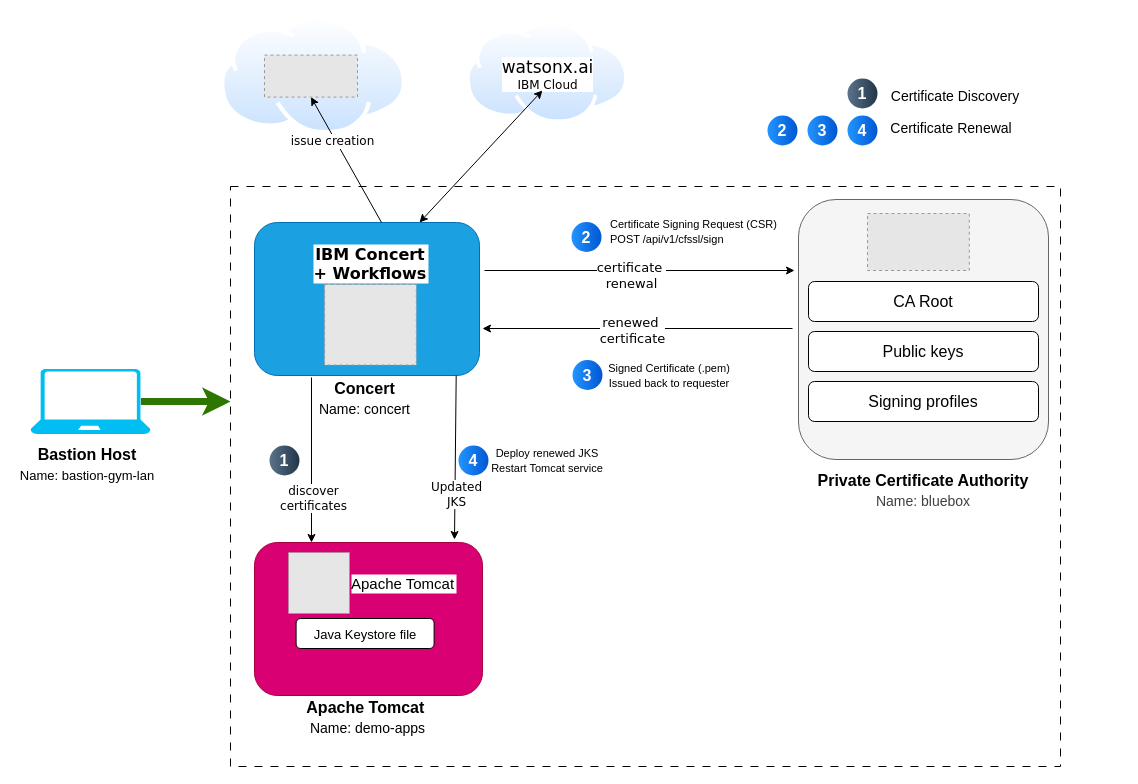
Before: labs/concert/op-certificate-mgmt/2-lab-environment/images/cfssl-tomcat-concert-lab.drawio in IBM/waiops-tech-jam, a draw.io diagram. Source tidied: cells renumbered, new cells numbered last; positions are measured from the earlier drawing's top-left corner, leaving out a move shared by most shapes. Both pictures are drawn from the tidied source at 100%, with x=0, y=0 at pixel (17, 17). Pictures stored in the file or linked from it are replaced by grey dashed boxes.
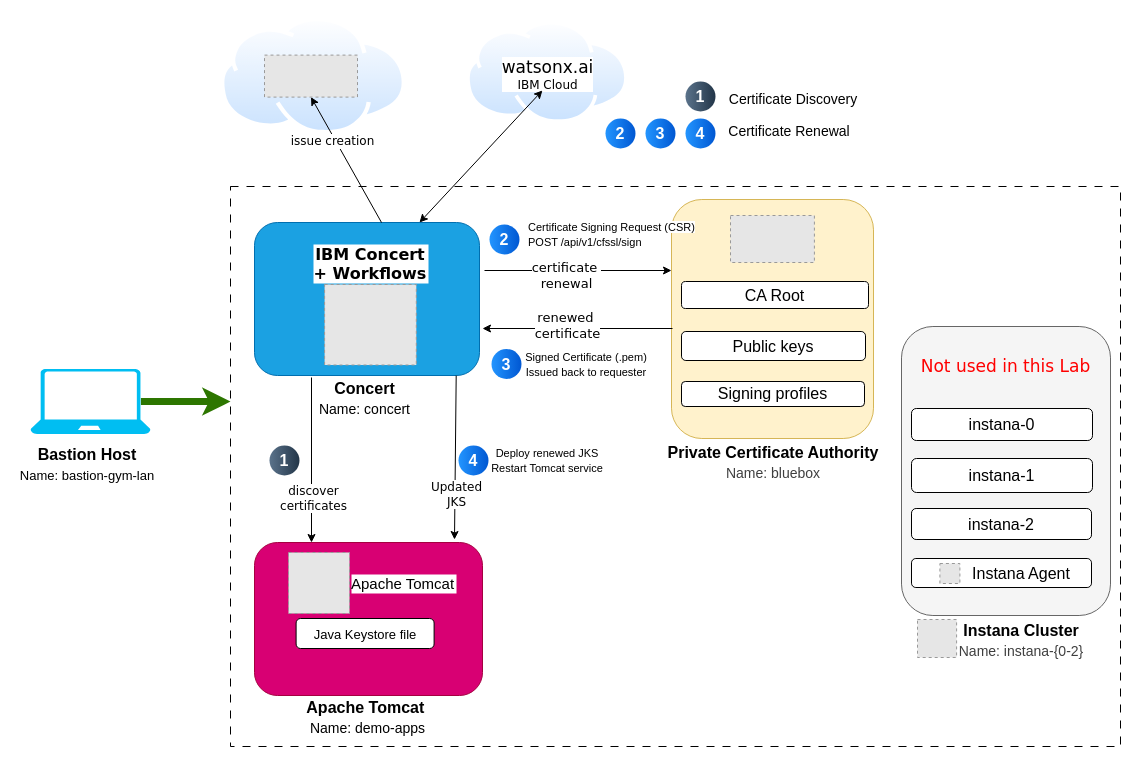
After the change.

Commit message (it also covers changes not shown here):
concert lab minor content changes

Change to the diagram source:
```diff
@@
     <mxCell id="2" style="rounded=0;whiteSpace=wrap;html=1;dashed=1;dashPattern=8 8;" parent="1" vertex="1">
-      <mxGeometry x="213" y="169" width="830" height="580" as="geometry" />
+      <mxGeometry x="213" y="169" width="890" height="560" as="geometry" />
     </mxCell>
@@
     <mxCell id="6" value="&lt;b&gt;Private Certificate Authority&lt;/b&gt;&lt;br&gt;&lt;div&gt;&lt;span style=&quot;color: rgb(63, 63, 63); font-size: 14px;&quot;&gt;Name: bluebox&lt;/span&gt;&lt;b&gt;&lt;br&gt;&lt;/b&gt;&lt;/div&gt;" style="text;html=1;strokeColor=none;fillColor=none;align=center;verticalAlign=middle;whiteSpace=wrap;rounded=0;fontSize=16;" parent="1" vertex="1">
-      <mxGeometry x="796" y="458" width="220" height="30" as="geometry" />
+      <mxGeometry x="646" y="430" width="220" height="30" as="geometry" />
     </mxCell>
@@
-    <mxCell id="9" style="rounded=1;whiteSpace=wrap;html=1;fontSize=16;fillColor=#f5f5f5;strokeColor=#666666;perimeterSpacing=1;fontColor=#333333;" parent="1" vertex="1">
-      <mxGeometry x="781" y="182" width="250" height="260" as="geometry" />
+    <mxCell id="9" style="rounded=1;whiteSpace=wrap;html=1;fontSize=16;fillColor=#fff2cc;strokeColor=#d6b656;perimeterSpacing=1;" parent="1" vertex="1">
+      <mxGeometry x="654" y="182" width="202" height="239" as="geometry" />
     </mxCell>
     <mxCell id="10" style="group;" parent="1" vertex="1">
-      <mxGeometry x="791" y="364" width="230" height="40" as="geometry" />
+      <mxGeometry x="664" y="364" width="183" height="25" as="geometry" />
     </mxCell>
     <mxCell id="11" style="rounded=1;whiteSpace=wrap;html=1;fontSize=16;" parent="10" vertex="1">
-      <mxGeometry width="230" height="40" as="geometry" />
+      <mxGeometry width="183" height="25" as="geometry" />
     </mxCell>
     <mxCell id="12" value="Signing profiles" style="text;html=1;strokeColor=none;fillColor=none;align=center;verticalAlign=middle;whiteSpace=wrap;rounded=0;fontSize=16;" parent="10" vertex="1">
-      <mxGeometry x="10" y="11.4" width="210" height="17.1" as="geometry" />
+      <mxGeometry x="8" y="7.1" width="167.1" height="10.7" as="geometry" />
     </mxCell>
     <mxCell id="13" style="group;" parent="1" vertex="1">
-      <mxGeometry x="791" y="314" width="230" height="40" as="geometry" />
+      <mxGeometry x="664" y="314" width="184" height="29" as="geometry" />
     </mxCell>
     <mxCell id="14" style="rounded=1;whiteSpace=wrap;html=1;fontSize=16;" parent="13" vertex="1">
-      <mxGeometry width="230" height="40" as="geometry" />
+      <mxGeometry width="184" height="29" as="geometry" />
     </mxCell>
     <mxCell id="15" value="Public keys" style="text;html=1;strokeColor=none;fillColor=none;align=center;verticalAlign=middle;whiteSpace=wrap;rounded=0;fontSize=16;" parent="13" vertex="1">
-      <mxGeometry x="10" y="11.4" width="210" height="17.1" as="geometry" />
+      <mxGeometry x="8" y="8.3" width="168" height="12.4" as="geometry" />
     </mxCell>
     <mxCell id="16" style="group;" parent="1" vertex="1">
-      <mxGeometry x="791" y="264" width="230" height="40" as="geometry" />
+      <mxGeometry x="664" y="264" width="187" height="27" as="geometry" />
     </mxCell>
     <mxCell id="17" style="rounded=1;whiteSpace=wrap;html=1;fontSize=16;" parent="16" vertex="1">
-      <mxGeometry width="230" height="40" as="geometry" />
+      <mxGeometry width="187" height="27" as="geometry" />
     </mxCell>
     <mxCell id="18" value="CA Root" style="text;html=1;strokeColor=none;fillColor=none;align=center;verticalAlign=middle;whiteSpace=wrap;rounded=0;fontSize=16;" parent="16" vertex="1">
-      <mxGeometry x="10" y="11.4" width="210" height="17.1" as="geometry" />
+      <mxGeometry x="8.1" y="7.7" width="170.7" height="11.6" as="geometry" />
     </mxCell>
@@
-    <mxCell id="28" style="endArrow=classic;html=1;rounded=0;exitX=-0.005;exitY=0.155;exitDx=0;exitDy=0;entryX=1;entryY=0.5;entryDx=0;entryDy=0;fontFamily=Verdana;exitPerimeter=0;" parent="1" edge="1">
+    <mxCell id="28" style="endArrow=classic;html=1;rounded=0;entryX=1;entryY=0.5;entryDx=0;entryDy=0;fontFamily=Verdana;" parent="1" edge="1">
       <mxGeometry relative="1" as="geometry">
-        <mxPoint x="775" y="311" as="sourcePoint" />
+        <mxPoint x="655" y="311" as="sourcePoint" />
         <mxPoint x="465" y="311" as="targetPoint" />
       </mxGeometry>
     </mxCell>
     <mxCell id="29" value="&lt;font style=&quot;font-size: 13px;&quot;&gt;renewed&amp;nbsp;&lt;/font&gt;&lt;div&gt;&lt;font style=&quot;font-size: 13px;&quot;&gt;certificate&lt;/font&gt;&lt;/div&gt;" style="edgeLabel;html=1;align=center;verticalAlign=middle;fontFamily=Verdana;" parent="28" vertex="1">
       <mxGeometry x="0.06" y="-1" relative="1" as="geometry">
-        <mxPoint x="3" y="2" as="offset" />
+        <mxPoint x="-5" y="-3" as="offset" />
       </mxGeometry>
     </mxCell>
@@
-    <mxCell id="36" style="endArrow=classic;html=1;rounded=0;exitX=-0.005;exitY=0.155;exitDx=0;exitDy=0;entryX=1;entryY=0.5;entryDx=0;entryDy=0;fontFamily=Verdana;exitPerimeter=0;" parent="1" edge="1">
+    <mxCell id="36" style="endArrow=classic;html=1;rounded=0;exitX=-0.005;exitY=0.155;exitDx=0;exitDy=0;fontFamily=Verdana;exitPerimeter=0;" parent="1" edge="1">
       <mxGeometry relative="1" as="geometry">
         <mxPoint x="467" y="253" as="sourcePoint" />
-        <mxPoint x="777" y="253" as="targetPoint" />
+        <mxPoint x="654" y="253" as="targetPoint" />
       </mxGeometry>
     </mxCell>
@@
     <mxCell id="38" value="1" style="ellipse;whiteSpace=wrap;html=1;rotation=0;gradientColor=#223548;strokeColor=none;gradientDirection=east;fillColor=#5b738b;rounded=0;fontFamily=Helvetica;fontSize=16;fontColor=#FFFFFF;spacingTop=4;spacingBottom=4;spacingLeft=4;spacingRight=4;fontStyle=1;" parent="1" vertex="1">
-      <mxGeometry x="830" y="61" width="30" height="30" as="geometry" />
+      <mxGeometry x="668" y="64" width="30" height="30" as="geometry" />
     </mxCell>
     <mxCell id="39" value="&lt;font style=&quot;font-size: 14px;&quot;&gt;Certificate Discovery&lt;/font&gt;" style="text;html=1;whiteSpace=wrap;strokeColor=none;fillColor=none;align=center;verticalAlign=middle;rounded=0;" parent="1" vertex="1">
-      <mxGeometry x="858" y="64" width="160" height="30" as="geometry" />
+      <mxGeometry x="696" y="67" width="160" height="30" as="geometry" />
     </mxCell>
     <mxCell id="40" value="2" style="ellipse;whiteSpace=wrap;html=1;rotation=0;gradientColor=#0057D2;strokeColor=none;gradientDirection=east;fillColor=#2395FF;rounded=0;fontFamily=Helvetica;fontSize=16;fontColor=#FFFFFF;spacingTop=4;spacingBottom=4;spacingLeft=4;spacingRight=4;fontStyle=1;" parent="1" vertex="1">
-      <mxGeometry x="750" y="98" width="30" height="30" as="geometry" />
+      <mxGeometry x="588" y="101" width="30" height="30" as="geometry" />
     </mxCell>
     <mxCell id="41" value="3" style="ellipse;whiteSpace=wrap;html=1;rotation=0;gradientColor=#0057D2;strokeColor=none;gradientDirection=east;fillColor=#2395FF;rounded=0;fontFamily=Helvetica;fontSize=16;fontColor=#FFFFFF;spacingTop=4;spacingBottom=4;spacingLeft=4;spacingRight=4;fontStyle=1;" parent="1" vertex="1">
-      <mxGeometry x="790" y="98" width="30" height="30" as="geometry" />
+      <mxGeometry x="628" y="101" width="30" height="30" as="geometry" />
     </mxCell>
     <mxCell id="42" value="4" style="ellipse;whiteSpace=wrap;html=1;rotation=0;gradientColor=#0057D2;strokeColor=none;gradientDirection=east;fillColor=#2395FF;rounded=0;fontFamily=Helvetica;fontSize=16;fontColor=#FFFFFF;spacingTop=4;spacingBottom=4;spacingLeft=4;spacingRight=4;fontStyle=1;" parent="1" vertex="1">
-      <mxGeometry x="830" y="98" width="30" height="30" as="geometry" />
+      <mxGeometry x="668" y="101" width="30" height="30" as="geometry" />
     </mxCell>
     <mxCell id="43" value="&lt;font style=&quot;font-size: 14px;&quot;&gt;Certificate Renewal&lt;/font&gt;" style="text;html=1;whiteSpace=wrap;strokeColor=none;fillColor=none;align=center;verticalAlign=middle;rounded=0;" parent="1" vertex="1">
-      <mxGeometry x="854" y="96" width="160" height="30" as="geometry" />
+      <mxGeometry x="692" y="99" width="160" height="30" as="geometry" />
     </mxCell>
-    <mxCell id="44" value="&lt;span style=&quot;font-size: 11px; text-wrap-mode: nowrap; background-color: rgb(255, 255, 255);&quot;&gt;Certificate Signing Request (CSR)&lt;/span&gt;&lt;br style=&quot;font-size: 11px; text-wrap-mode: nowrap;&quot;&gt;&lt;span style=&quot;font-size: 11px; text-wrap-mode: nowrap; background-color: rgb(255, 255, 255);&quot;&gt;POST /api/v1/cfssl/sign&lt;/span&gt;" style="text;html=1;whiteSpace=wrap;strokeColor=none;fillColor=none;align=left;verticalAlign=middle;rounded=0;" parent="1" vertex="1">
-      <mxGeometry x="591" y="193.5" width="185" height="41" as="geometry" />
-    </mxCell>
     <mxCell id="45" value="&lt;span style=&quot;font-size: 11px; text-wrap-mode: nowrap; background-color: rgb(255, 255, 255);&quot;&gt;Signed Certificate (.pem)&lt;/span&gt;&lt;br style=&quot;font-size: 11px; text-wrap-mode: nowrap;&quot;&gt;&lt;span style=&quot;font-size: 11px; text-wrap-mode: nowrap; background-color: rgb(255, 255, 255);&quot;&gt;Issued back to requester&lt;/span&gt;" style="text;html=1;whiteSpace=wrap;strokeColor=none;fillColor=none;align=center;verticalAlign=middle;rounded=0;" parent="1" vertex="1">
-      <mxGeometry x="582" y="337" width="140" height="41" as="geometry" />
+      <mxGeometry x="499" y="326" width="140" height="41" as="geometry" />
     </mxCell>
@@
-    <mxCell id="48" value="2" style="ellipse;whiteSpace=wrap;html=1;rotation=0;gradientColor=#0057D2;strokeColor=none;gradientDirection=east;fillColor=#2395FF;rounded=0;fontFamily=Helvetica;fontSize=16;fontColor=#FFFFFF;spacingTop=4;spacingBottom=4;spacingLeft=4;spacingRight=4;fontStyle=1;" parent="1" vertex="1">
-      <mxGeometry x="554" y="204.5" width="30" height="30" as="geometry" />
-    </mxCell>
     <mxCell id="49" value="3" style="ellipse;whiteSpace=wrap;html=1;rotation=0;gradientColor=#0057D2;strokeColor=none;gradientDirection=east;fillColor=#2395FF;rounded=0;fontFamily=Helvetica;fontSize=16;fontColor=#FFFFFF;spacingTop=4;spacingBottom=4;spacingLeft=4;spacingRight=4;fontStyle=1;" parent="1" vertex="1">
-      <mxGeometry x="555" y="342.5" width="30" height="30" as="geometry" />
+      <mxGeometry x="474" y="331.5" width="30" height="30" as="geometry" />
     </mxCell>
@@
     <mxCell id="51" style="fillColor=#E6E6E6;strokeColor=#999999;dashed=1;verticalLabelPosition=bottom;labelBackgroundColor=default;verticalAlign=top;" parent="1" vertex="1">
-      <mxGeometry x="850" y="196" width="101.8" height="57" as="geometry" />
+      <mxGeometry x="713" y="198" width="83.9" height="47" as="geometry" />
     </mxCell>
+    <mxCell id="52" style="group;" parent="1" vertex="1">
+      <mxGeometry x="472" y="196" width="222" height="41" as="geometry" />
+    </mxCell>
+    <mxCell id="44" value="&lt;span style=&quot;font-size: 11px; text-wrap-mode: nowrap; background-color: rgb(255, 255, 255);&quot;&gt;Certificate Signing Request (CSR)&lt;/span&gt;&lt;br style=&quot;font-size: 11px; text-wrap-mode: nowrap;&quot;&gt;&lt;span style=&quot;font-size: 11px; text-wrap-mode: nowrap; background-color: rgb(255, 255, 255);&quot;&gt;POST /api/v1/cfssl/sign&lt;/span&gt;" style="text;html=1;whiteSpace=wrap;strokeColor=none;fillColor=none;align=left;verticalAlign=middle;rounded=0;" parent="52" vertex="1">
+      <mxGeometry x="37" width="185" height="41" as="geometry" />
+    </mxCell>
+    <mxCell id="48" value="2" style="ellipse;whiteSpace=wrap;html=1;rotation=0;gradientColor=#0057D2;strokeColor=none;gradientDirection=east;fillColor=#2395FF;rounded=0;fontFamily=Helvetica;fontSize=16;fontColor=#FFFFFF;spacingTop=4;spacingBottom=4;spacingLeft=4;spacingRight=4;fontStyle=1;" parent="52" vertex="1">
+      <mxGeometry y="11" width="30" height="30" as="geometry" />
+    </mxCell>
+    <mxCell id="53" value="&lt;b&gt;Instana Cluster&lt;/b&gt;&lt;div&gt;&lt;span style=&quot;color: rgb(63, 63, 63); font-size: 14px;&quot;&gt;Name: instana-{0-2}&lt;/span&gt;&lt;b&gt;&lt;br&gt;&lt;/b&gt;&lt;/div&gt;" style="text;html=1;strokeColor=none;fillColor=none;align=center;verticalAlign=middle;whiteSpace=wrap;rounded=0;fontSize=16;" parent="1" vertex="1">
+      <mxGeometry x="919" y="608" width="170" height="30" as="geometry" />
+    </mxCell>
+    <mxCell id="54" style="fillColor=#E6E6E6;strokeColor=#999999;dashed=1;verticalLabelPosition=bottom;labelBackgroundColor=default;verticalAlign=top;" parent="1" vertex="1">
+      <mxGeometry x="900" y="602" width="39.1" height="38" as="geometry" />
+    </mxCell>
+    <mxCell id="55" style="rounded=1;whiteSpace=wrap;html=1;fontSize=16;fillColor=#f5f5f5;strokeColor=#666666;perimeterSpacing=1;fontColor=#333333;" parent="1" vertex="1">
+      <mxGeometry x="884" y="309" width="209" height="289" as="geometry" />
+    </mxCell>
+    <mxCell id="56" style="group;" parent="1" vertex="1">
+      <mxGeometry x="894" y="491" width="180" height="31" as="geometry" />
+    </mxCell>
+    <mxCell id="57" style="rounded=1;whiteSpace=wrap;html=1;fontSize=16;" parent="56" vertex="1">
+      <mxGeometry width="180" height="31" as="geometry" />
+    </mxCell>
+    <mxCell id="58" value="instana-2" style="text;html=1;strokeColor=none;fillColor=none;align=center;verticalAlign=middle;whiteSpace=wrap;rounded=0;fontSize=16;" parent="56" vertex="1">
+      <mxGeometry x="7.8" y="8.9" width="164.3" height="13.3" as="geometry" />
+    </mxCell>
+    <mxCell id="59" style="group;" parent="1" vertex="1">
+      <mxGeometry x="894" y="441" width="181" height="34" as="geometry" />
+    </mxCell>
+    <mxCell id="60" style="rounded=1;whiteSpace=wrap;html=1;fontSize=16;" parent="59" vertex="1">
+      <mxGeometry width="181" height="34" as="geometry" />
+    </mxCell>
+    <mxCell id="61" value="instana-1" style="text;html=1;strokeColor=none;fillColor=none;align=center;verticalAlign=middle;whiteSpace=wrap;rounded=0;fontSize=16;" parent="59" vertex="1">
+      <mxGeometry x="7.9" y="9.7" width="165.3" height="14.6" as="geometry" />
+    </mxCell>
+    <mxCell id="62" style="group;" parent="1" vertex="1">
+      <mxGeometry x="894" y="391" width="181" height="32" as="geometry" />
+    </mxCell>
+    <mxCell id="63" style="rounded=1;whiteSpace=wrap;html=1;fontSize=16;" parent="62" vertex="1">
+      <mxGeometry width="181" height="32" as="geometry" />
+    </mxCell>
+    <mxCell id="64" value="instana-0" style="text;html=1;strokeColor=none;fillColor=none;align=center;verticalAlign=middle;whiteSpace=wrap;rounded=0;fontSize=16;" parent="62" vertex="1">
+      <mxGeometry x="7.9" y="9.1" width="165.3" height="13.7" as="geometry" />
+    </mxCell>
+    <mxCell id="65" style="rounded=1;whiteSpace=wrap;html=1;fontSize=16;strokeWidth=1;strokeColor=#000000;fillColor=default;" parent="1" vertex="1">
+      <mxGeometry x="894" y="541" width="180" height="29" as="geometry" />
+    </mxCell>
+    <mxCell id="66" style="fillColor=#E6E6E6;strokeColor=#999999;dashed=1;verticalLabelPosition=bottom;labelBackgroundColor=default;verticalAlign=top;" parent="1" vertex="1">
+      <mxGeometry x="922.4" y="546" width="20" height="20" as="geometry" />
+    </mxCell>
+    <mxCell id="67" value="Instana Agent" style="text;html=1;strokeColor=none;fillColor=none;align=center;verticalAlign=middle;whiteSpace=wrap;rounded=0;fontSize=16;" parent="1" vertex="1">
+      <mxGeometry x="949" y="541" width="110" height="30" as="geometry" />
+    </mxCell>
+    <mxCell id="68" value="&lt;font face=&quot;Verdana&quot; style=&quot;color: rgb(255, 0, 0); font-size: 17px;&quot;&gt;Not used in this Lab&lt;/font&gt;" style="text;html=1;whiteSpace=wrap;strokeColor=none;fillColor=none;align=center;verticalAlign=middle;rounded=0;rotation=0;" parent="1" vertex="1">
+      <mxGeometry x="894" y="333" width="189" height="32" as="geometry" />
+    </mxCell>
```
